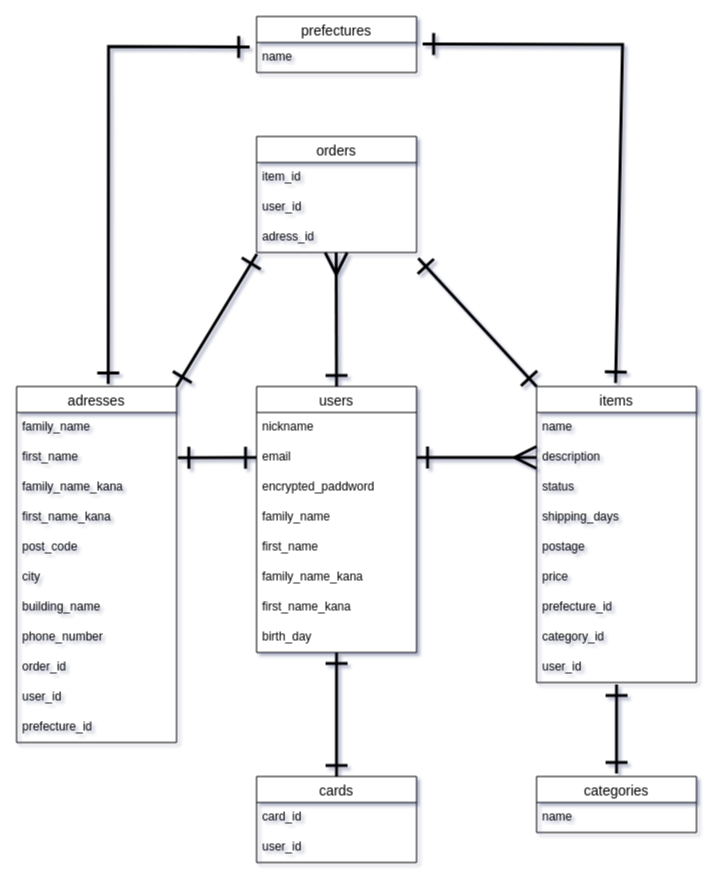
Before: er.dio in sottaku-tatuki/furima-38270, a draw.io diagram. Source tidied: cells renumbered, new cells numbered last; positions are measured from the earlier drawing's top-left corner, leaving out a move shared by most shapes. Both pictures are drawn from the tidied source at 100%, with x=0, y=0 at pixel (16, 16).
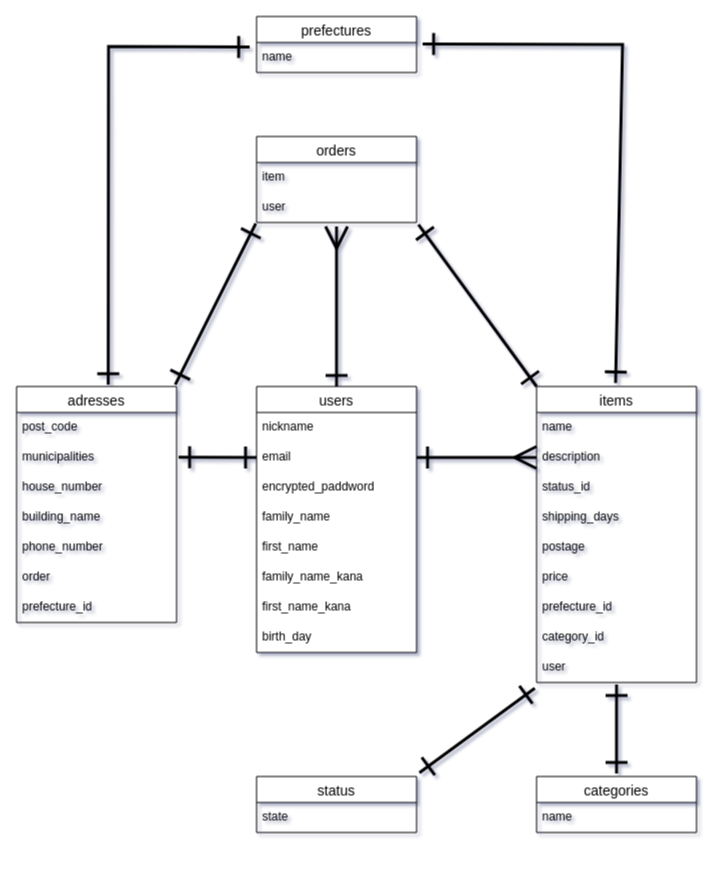
The same page after the edit.

Commit message (it also covers changes not shown here):
DE設計　take2

Unchanged cells that the change refers to:
```xml
<mxCell id="4" value="email" style="text;strokeColor=none;fillColor=none;spacingLeft=4;spacingRight=4;overflow=hidden;points=[[0,0.5],[1,0.5]];portConstraint=eastwest;fontSize=12;" parent="2" vertex="1">
  <mxGeometry y="56" width="160" height="30" as="geometry" />
</mxCell>
<mxCell id="12" value="items" style="swimlane;fontStyle=0;horizontal=1;startSize=26;align=center;fontSize=14;" parent="1" vertex="1">
  <mxGeometry x="520" y="370" width="160" height="296" as="geometry" />
</mxCell>
```

The edit, as a diff of the source:
```diff
@@
-    <mxCell id="11" style="edgeStyle=none;jumpSize=6;html=1;exitX=0;exitY=0;exitDx=0;exitDy=0;entryX=1.011;entryY=1.195;entryDx=0;entryDy=0;entryPerimeter=0;startArrow=ERone;startFill=0;endArrow=ERone;endFill=0;startSize=18;endSize=18;strokeWidth=3;" parent="1" edge="1" source="12" target="38">
+    <mxCell id="11" style="edgeStyle=none;jumpSize=6;html=1;exitX=0;exitY=0;exitDx=0;exitDy=0;entryX=1.011;entryY=1.195;entryDx=0;entryDy=0;entryPerimeter=0;startArrow=ERone;startFill=0;endArrow=ERone;endFill=0;startSize=18;endSize=18;strokeWidth=3;" parent="1" edge="1" source="12">
       <mxGeometry relative="1" as="geometry" />
     </mxCell>
+    <mxCell id="53" style="edgeStyle=none;jumpSize=6;html=1;entryX=1.012;entryY=1.07;entryDx=0;entryDy=0;entryPerimeter=0;startArrow=ERone;startFill=0;endArrow=ERone;endFill=0;startSize=18;endSize=18;strokeWidth=3;exitX=0;exitY=0;exitDx=0;exitDy=0;exitPerimeter=0;" parent="1" edge="1" source="12" target="37">
+      <mxGeometry relative="1" as="geometry" />
+    </mxCell>
@@
-    <mxCell id="15" value="status" style="text;strokeColor=none;fillColor=none;spacingLeft=4;spacingRight=4;overflow=hidden;fontSize=12;" parent="12" vertex="1">
+    <mxCell id="15" value="status_id" style="text;strokeColor=none;fillColor=none;spacingLeft=4;spacingRight=4;overflow=hidden;fontSize=12;" parent="12" vertex="1">
       <mxGeometry y="86" width="160" height="30" as="geometry" />
     </mxCell>
@@
-    <mxCell id="21" value="user_id" style="text;strokeColor=none;fillColor=none;spacingLeft=4;spacingRight=4;overflow=hidden;points=[[0,0.5],[1,0.5]];portConstraint=eastwest;fontSize=12;" parent="12" vertex="1">
+    <mxCell id="21" value="user" style="text;strokeColor=none;fillColor=none;spacingLeft=4;spacingRight=4;overflow=hidden;points=[[0,0.5],[1,0.5]];portConstraint=eastwest;fontSize=12;" parent="12" vertex="1">
       <mxGeometry y="266" width="160" height="30" as="geometry" />
     </mxCell>
-    <mxCell id="22" style="edgeStyle=none;jumpSize=6;html=1;exitX=1;exitY=0;exitDx=0;exitDy=0;entryX=0.002;entryY=1.052;entryDx=0;entryDy=0;entryPerimeter=0;startArrow=ERone;startFill=0;endArrow=ERone;endFill=0;startSize=18;endSize=18;strokeWidth=3;" parent="1" edge="1" source="23" target="38">
+    <mxCell id="22" style="edgeStyle=none;jumpSize=6;html=1;exitX=1;exitY=0;exitDx=0;exitDy=0;entryX=0.002;entryY=1.052;entryDx=0;entryDy=0;entryPerimeter=0;startArrow=ERone;startFill=0;endArrow=ERone;endFill=0;startSize=18;endSize=18;strokeWidth=3;" parent="1" edge="1" source="23">
       <mxGeometry relative="1" as="geometry" />
     </mxCell>
     <mxCell id="23" value="adresses" style="swimlane;fontStyle=0;horizontal=1;startSize=26;align=center;fontSize=14;" parent="1" vertex="1">
-      <mxGeometry y="370" width="160" height="356" as="geometry" />
+      <mxGeometry y="370" width="160" height="236" as="geometry" />
     </mxCell>
-    <mxCell id="24" value="family_name" style="text;strokeColor=none;fillColor=none;spacingLeft=4;spacingRight=4;overflow=hidden;fontSize=12;" parent="23" vertex="1">
-      <mxGeometry y="26" width="160" height="30" as="geometry" />
-    </mxCell>
-    <mxCell id="25" value="first_name" style="text;strokeColor=none;fillColor=none;spacingLeft=4;spacingRight=4;overflow=hidden;points=[[0,0.5],[1,0.5]];portConstraint=eastwest;fontSize=12;" parent="23" vertex="1">
-      <mxGeometry y="56" width="160" height="30" as="geometry" />
-    </mxCell>
-    <mxCell id="26" value="family_name_kana" style="text;strokeColor=none;fillColor=none;spacingLeft=4;spacingRight=4;overflow=hidden;fontSize=12;" parent="23" vertex="1">
-      <mxGeometry y="86" width="160" height="30" as="geometry" />
-    </mxCell>
-    <mxCell id="27" value="first_name_kana" style="text;strokeColor=none;fillColor=none;spacingLeft=4;spacingRight=4;overflow=hidden;fontSize=12;" parent="23" vertex="1">
-      <mxGeometry y="116" width="160" height="30" as="geometry" />
+    <mxCell id="27" value="post_code" style="text;strokeColor=none;fillColor=none;spacingLeft=4;spacingRight=4;overflow=hidden;fontSize=12;" parent="23" vertex="1">
+      <mxGeometry y="26" width="160" height="30" as="geometry" />
     </mxCell>
-    <mxCell id="28" value="post_code" style="text;strokeColor=none;fillColor=none;spacingLeft=4;spacingRight=4;overflow=hidden;points=[[0,0.5],[1,0.5]];portConstraint=eastwest;fontSize=12;" parent="23" vertex="1">
-      <mxGeometry y="146" width="160" height="30" as="geometry" />
+    <mxCell id="28" value="municipalities" style="text;strokeColor=none;fillColor=none;spacingLeft=4;spacingRight=4;overflow=hidden;points=[[0,0.5],[1,0.5]];portConstraint=eastwest;fontSize=12;" parent="23" vertex="1">
+      <mxGeometry y="56" width="160" height="30" as="geometry" />
     </mxCell>
-    <mxCell id="29" value="city" style="text;strokeColor=none;fillColor=none;spacingLeft=4;spacingRight=4;overflow=hidden;fontSize=12;" parent="23" vertex="1">
-      <mxGeometry y="176" width="160" height="30" as="geometry" />
+    <mxCell id="29" value="house_number" style="text;strokeColor=none;fillColor=none;spacingLeft=4;spacingRight=4;overflow=hidden;fontSize=12;" parent="23" vertex="1">
+      <mxGeometry y="86" width="160" height="30" as="geometry" />
     </mxCell>
     <mxCell id="30" value="building_name" style="text;strokeColor=none;fillColor=none;spacingLeft=4;spacingRight=4;overflow=hidden;fontSize=12;" parent="23" vertex="1">
-      <mxGeometry y="206" width="160" height="30" as="geometry" />
+      <mxGeometry y="116" width="160" height="30" as="geometry" />
     </mxCell>
     <mxCell id="31" value="phone_number" style="text;strokeColor=none;fillColor=none;spacingLeft=4;spacingRight=4;overflow=hidden;fontSize=12;" parent="23" vertex="1">
-      <mxGeometry y="236" width="160" height="30" as="geometry" />
+      <mxGeometry y="146" width="160" height="30" as="geometry" />
     </mxCell>
-    <mxCell id="32" value="order_id" style="text;strokeColor=none;fillColor=none;spacingLeft=4;spacingRight=4;overflow=hidden;fontSize=12;" parent="23" vertex="1">
-      <mxGeometry y="266" width="160" height="30" as="geometry" />
+    <mxCell id="32" value="order" style="text;strokeColor=none;fillColor=none;spacingLeft=4;spacingRight=4;overflow=hidden;fontSize=12;" parent="23" vertex="1">
+      <mxGeometry y="176" width="160" height="30" as="geometry" />
     </mxCell>
-    <mxCell id="33" value="user_id" style="text;strokeColor=none;fillColor=none;spacingLeft=4;spacingRight=4;overflow=hidden;fontSize=12;" parent="23" vertex="1">
-      <mxGeometry y="296" width="160" height="30" as="geometry" />
-    </mxCell>
     <mxCell id="34" value="prefecture_id" style="text;strokeColor=none;fillColor=none;spacingLeft=4;spacingRight=4;overflow=hidden;fontSize=12;" parent="23" vertex="1">
-      <mxGeometry y="326" width="160" height="30" as="geometry" />
+      <mxGeometry y="206" width="160" height="30" as="geometry" />
     </mxCell>
+    <mxCell id="54" style="edgeStyle=none;jumpSize=6;html=1;entryX=0.992;entryY=-0.008;entryDx=0;entryDy=0;entryPerimeter=0;startArrow=ERone;startFill=0;endArrow=ERone;endFill=0;startSize=18;endSize=18;strokeWidth=3;exitX=-0.005;exitY=1.033;exitDx=0;exitDy=0;exitPerimeter=0;" parent="1" edge="1" source="37" target="23">
+      <mxGeometry relative="1" as="geometry" />
+    </mxCell>
     <mxCell id="35" value="orders" style="swimlane;fontStyle=0;horizontal=1;startSize=26;align=center;fontSize=14;" parent="1" vertex="1">
-      <mxGeometry x="240" y="120" width="160" height="116" as="geometry" />
+      <mxGeometry x="240" y="120" width="160" height="86" as="geometry" />
     </mxCell>
-    <mxCell id="36" value="item_id" style="text;strokeColor=none;fillColor=none;spacingLeft=4;spacingRight=4;overflow=hidden;fontSize=12;" parent="35" vertex="1">
+    <mxCell id="36" value="item" style="text;strokeColor=none;fillColor=none;spacingLeft=4;spacingRight=4;overflow=hidden;fontSize=12;" parent="35" vertex="1">
       <mxGeometry y="26" width="160" height="30" as="geometry" />
     </mxCell>
-    <mxCell id="37" value="user_id" style="text;strokeColor=none;fillColor=none;spacingLeft=4;spacingRight=4;overflow=hidden;points=[[0,0.5],[1,0.5]];portConstraint=eastwest;fontSize=12;" parent="35" vertex="1">
+    <mxCell id="37" value="user" style="text;strokeColor=none;fillColor=none;spacingLeft=4;spacingRight=4;overflow=hidden;points=[[0,0.5],[1,0.5]];portConstraint=eastwest;fontSize=12;" parent="35" vertex="1">
       <mxGeometry y="56" width="160" height="30" as="geometry" />
     </mxCell>
-    <mxCell id="38" value="adress_id" style="text;strokeColor=none;fillColor=none;spacingLeft=4;spacingRight=4;overflow=hidden;points=[[0,0.5],[1,0.5]];portConstraint=eastwest;fontSize=12;" parent="35" vertex="1">
-      <mxGeometry y="86" width="160" height="30" as="geometry" />
-    </mxCell>
-    <mxCell id="39" value="cards" style="swimlane;fontStyle=0;horizontal=1;startSize=26;align=center;fontSize=14;" parent="1" vertex="1">
-      <mxGeometry x="240" y="760" width="160" height="86" as="geometry" />
-    </mxCell>
-    <mxCell id="40" value="card_id" style="text;strokeColor=none;fillColor=none;spacingLeft=4;spacingRight=4;overflow=hidden;fontSize=12;" parent="39" vertex="1">
-      <mxGeometry y="26" width="160" height="30" as="geometry" />
-    </mxCell>
-    <mxCell id="41" value="user_id" style="text;strokeColor=none;fillColor=none;spacingLeft=4;spacingRight=4;overflow=hidden;fontSize=12;" parent="39" vertex="1">
-      <mxGeometry y="56" width="160" height="30" as="geometry" />
-    </mxCell>
-    <mxCell id="42" style="edgeStyle=none;html=1;exitX=1.008;exitY=0.508;exitDx=0;exitDy=0;exitPerimeter=0;endArrow=ERone;endFill=0;startArrow=ERone;startFill=0;strokeWidth=3;endSize=18;startSize=18;" parent="1" edge="1" source="25" target="4">
+    <mxCell id="42" style="edgeStyle=none;html=1;exitX=1.013;exitY=0.495;exitDx=0;exitDy=0;exitPerimeter=0;endArrow=ERone;endFill=0;startArrow=ERone;startFill=0;strokeWidth=3;endSize=18;startSize=18;" parent="1" edge="1" source="28" target="4">
       <mxGeometry relative="1" as="geometry" />
     </mxCell>
@@
-    <mxCell id="44" style="endArrow=ERone;html=1;rounded=0;startSize=18;endSize=18;strokeWidth=3;jumpSize=6;fontStyle=0;exitX=0.5;exitY=0.947;exitDx=0;exitDy=0;exitPerimeter=0;endFill=0;startArrow=ERone;startFill=0;" parent="1" edge="1">
-      <mxGeometry relative="1" as="geometry">
-        <mxPoint x="320" y="760" as="sourcePoint" />
-        <mxPoint x="320" y="636" as="targetPoint" />
-      </mxGeometry>
-    </mxCell>
     <mxCell id="45" style="endArrow=ERone;html=1;rounded=0;startSize=18;endSize=18;strokeWidth=3;jumpSize=6;endFill=0;startArrow=ERmany;startFill=0;" parent="1" edge="1">
       <mxGeometry relative="1" as="geometry">
-        <mxPoint x="319.6" y="236" as="sourcePoint" />
+        <mxPoint x="320" y="210" as="sourcePoint" />
         <mxPoint x="320" y="370" as="targetPoint" />
       </mxGeometry>
     </mxCell>
@@
+    <mxCell id="55" style="edgeStyle=none;jumpSize=6;html=1;entryX=-0.011;entryY=1.19;entryDx=0;entryDy=0;entryPerimeter=0;startArrow=ERone;startFill=0;endArrow=ERone;endFill=0;startSize=18;endSize=18;strokeWidth=3;exitX=1.018;exitY=-0.066;exitDx=0;exitDy=0;exitPerimeter=0;" parent="1" edge="1" source="56" target="21">
+      <mxGeometry relative="1" as="geometry" />
+    </mxCell>
+    <mxCell id="56" value="status" style="swimlane;fontStyle=0;horizontal=1;startSize=26;align=center;fontSize=14;" parent="1" vertex="1">
+      <mxGeometry x="240" y="760" width="160" height="56" as="geometry" />
+    </mxCell>
+    <mxCell id="57" value="state" style="text;strokeColor=none;fillColor=none;spacingLeft=4;spacingRight=4;overflow=hidden;fontSize=12;" parent="56" vertex="1">
+      <mxGeometry y="26" width="160" height="30" as="geometry" />
+    </mxCell>
```
